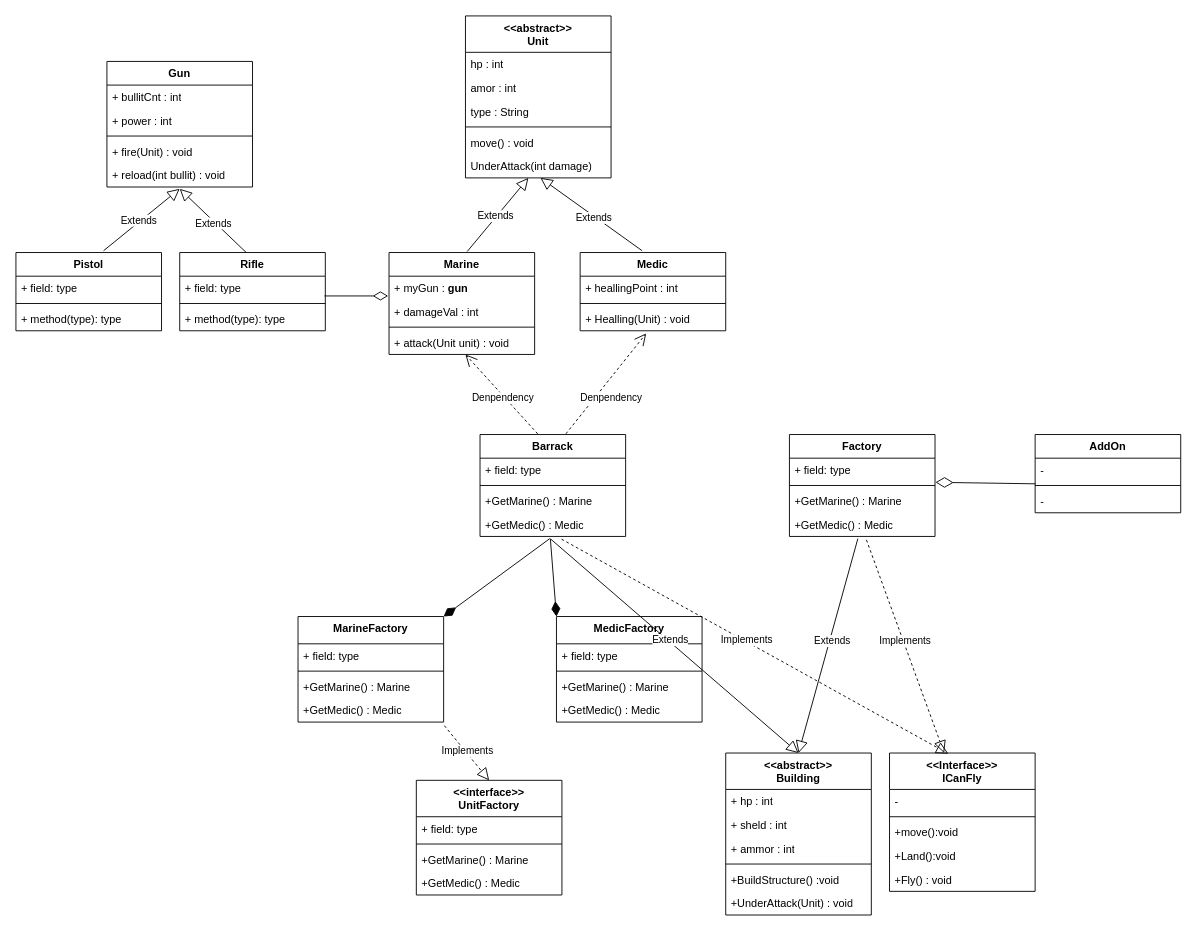
Above: JAVA/src/CH35/00 StarCraft_new.drawio in leeyosep19/language-program (draw.io), before the change. Source tidied: cells renumbered, new cells numbered last; positions are measured from the earlier drawing's top-left corner, leaving out a move shared by most shapes. Both pictures are drawn from the tidied source at 91%, with x=0, y=0 at pixel (15, 15).
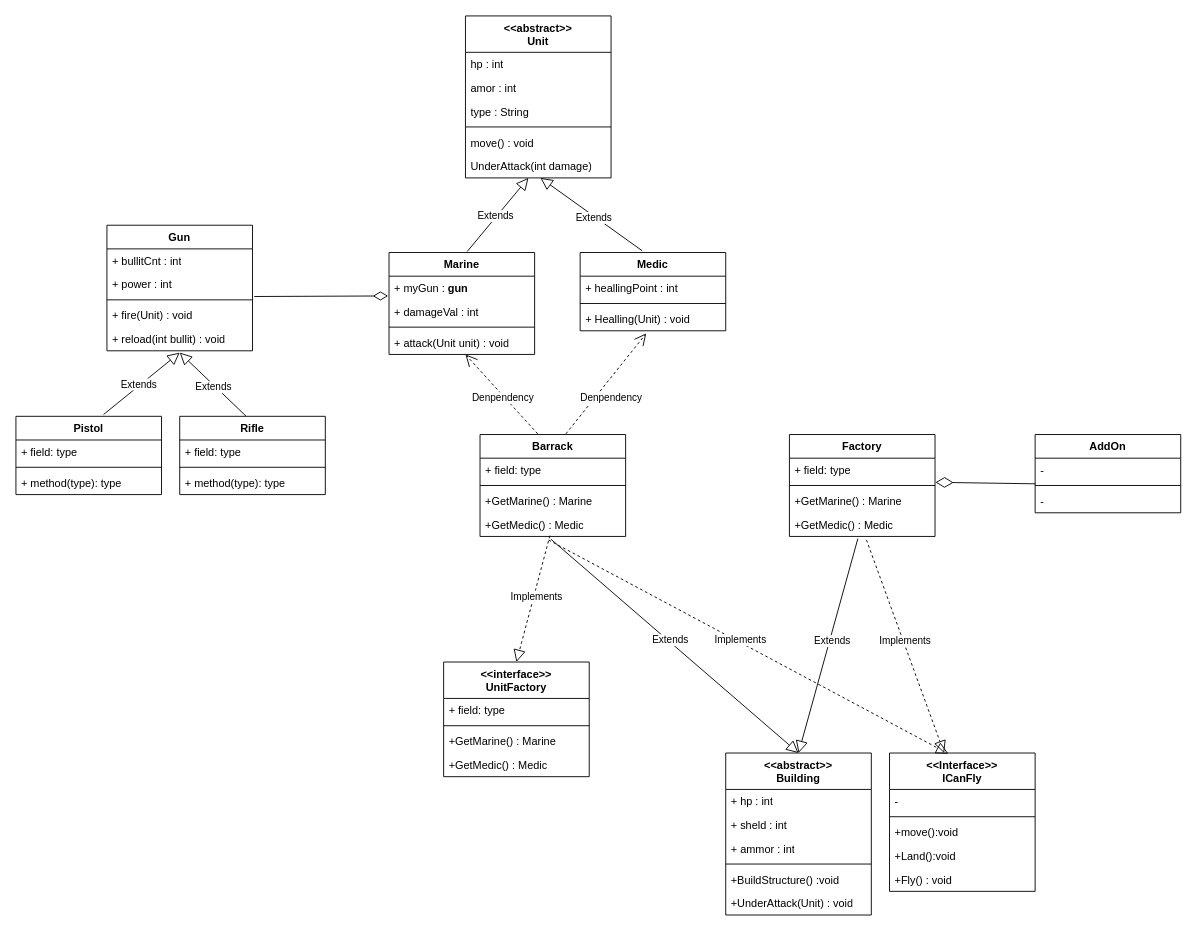
After the change.

Unchanged cells that the change refers to:
```xml
<mxCell id="10" value="&lt;div style=&quot;text-align: center;&quot;&gt;&lt;span style=&quot;background-color: initial;&quot;&gt;+ myGun : &lt;b&gt;gun&lt;/b&gt;&lt;/span&gt;&lt;/div&gt;" style="text;strokeColor=none;fillColor=none;align=left;verticalAlign=top;spacingLeft=4;spacingRight=4;overflow=hidden;points=[[0,0.5],[1,0.5]];portConstraint=eastwest;whiteSpace=wrap;html=1;" parent="9" vertex="1">
  <mxGeometry y="26" width="160" height="26" as="geometry" />
</mxCell>
<mxCell id="23" value="+ field: type" style="text;strokeColor=none;fillColor=none;align=left;verticalAlign=top;spacingLeft=4;spacingRight=4;overflow=hidden;points=[[0,0.5],[1,0.5]];portConstraint=eastwest;whiteSpace=wrap;html=1;" parent="22" vertex="1">
  <mxGeometry y="26" width="160" height="26" as="geometry" />
</mxCell>
<mxCell id="33" value="+ power : int" style="text;strokeColor=none;fillColor=none;align=left;verticalAlign=top;spacingLeft=4;spacingRight=4;overflow=hidden;points=[[0,0.5],[1,0.5]];portConstraint=eastwest;whiteSpace=wrap;html=1;" parent="31" vertex="1">
  <mxGeometry y="52" width="160" height="26" as="geometry" />
</mxCell>
<mxCell id="45" value="+GetMedic() : Medic" style="text;strokeColor=none;fillColor=none;align=left;verticalAlign=top;spacingLeft=4;spacingRight=4;overflow=hidden;points=[[0,0.5],[1,0.5]];portConstraint=eastwest;whiteSpace=wrap;html=1;" parent="41" vertex="1">
  <mxGeometry y="86" width="160" height="26" as="geometry" />
</mxCell>
<mxCell id="85" value="&amp;lt;&amp;lt;Interface&amp;gt;&amp;gt;&lt;div&gt;&lt;/div&gt;&lt;div&gt;ICanFly&lt;/div&gt;" style="swimlane;fontStyle=1;align=center;verticalAlign=top;horizontal=1;startSize=40;whiteSpace=wrap;html=1;" parent="1" vertex="1">
  <mxGeometry x="960" y="810" width="160" height="152" as="geometry" />
</mxCell>
```

Change to the diagram source:
```diff
@@
     <mxCell id="22" value="Rifle" style="swimlane;fontStyle=1;align=center;verticalAlign=top;horizontal=1;startSize=26;whiteSpace=wrap;html=1;" parent="1" vertex="1">
-      <mxGeometry x="180" y="260" width="160" height="86" as="geometry" />
+      <mxGeometry x="180" y="440" width="160" height="86" as="geometry" />
     </mxCell>
@@
-    <mxCell id="26" style="endArrow=diamondThin;html=1;rounded=0;exitX=0.994;exitY=0.835;exitDx=0;exitDy=0;exitPerimeter=0;entryX=-0.006;entryY=0.835;entryDx=0;entryDy=0;entryPerimeter=0;endFill=0;endSize=14;" parent="1" edge="1" source="23" target="10">
+    <mxCell id="26" style="endArrow=diamondThin;html=1;rounded=0;exitX=1.012;exitY=1.013;exitDx=0;exitDy=0;exitPerimeter=0;entryX=-0.006;entryY=0.835;entryDx=0;entryDy=0;entryPerimeter=0;endFill=0;endSize=14;" parent="1" edge="1" source="33" target="10">
       <mxGeometry relative="1" as="geometry" />
     </mxCell>
     <mxCell id="27" value="Pistol" style="swimlane;fontStyle=1;align=center;verticalAlign=top;horizontal=1;startSize=26;whiteSpace=wrap;html=1;" parent="1" vertex="1">
-      <mxGeometry y="260" width="160" height="86" as="geometry" />
+      <mxGeometry y="440" width="160" height="86" as="geometry" />
     </mxCell>
@@
     <mxCell id="31" value="Gun" style="swimlane;fontStyle=1;align=center;verticalAlign=top;horizontal=1;startSize=26;whiteSpace=wrap;html=1;" parent="1" vertex="1">
-      <mxGeometry x="100" y="50" width="160" height="138" as="geometry" />
+      <mxGeometry x="100" y="230" width="160" height="138" as="geometry" />
     </mxCell>
@@
     <mxCell id="37" style="endArrow=block;html=1;rounded=0;exitX=0.455;exitY=-0.003;exitDx=0;exitDy=0;exitPerimeter=0;endFill=0;endSize=11;" parent="1" edge="1" source="22">
       <mxGeometry relative="1" as="geometry">
-        <mxPoint x="180" y="190" as="targetPoint" />
+        <mxPoint x="180" y="370" as="targetPoint" />
       </mxGeometry>
     </mxCell>
@@
     <mxCell id="39" style="endArrow=block;html=1;rounded=0;exitX=0.602;exitY=-0.023;exitDx=0;exitDy=0;exitPerimeter=0;endFill=0;endSize=11;" parent="1" edge="1" source="27">
       <mxGeometry relative="1" as="geometry">
-        <mxPoint x="180" y="190" as="targetPoint" />
+        <mxPoint x="180" y="370" as="targetPoint" />
       </mxGeometry>
     </mxCell>
@@
     <mxCell id="50" value="&amp;lt;&amp;lt;interface&amp;gt;&amp;gt;&lt;div&gt;UnitFactory&lt;/div&gt;" style="swimlane;fontStyle=1;align=center;verticalAlign=top;horizontal=1;startSize=40;whiteSpace=wrap;html=1;" parent="1" vertex="1">
-      <mxGeometry x="440" y="840" width="160" height="126" as="geometry" />
+      <mxGeometry x="470" y="710" width="160" height="126" as="geometry" />
     </mxCell>
@@
-    <mxCell id="55" value="MarineFactory" style="swimlane;fontStyle=1;align=center;verticalAlign=top;horizontal=1;startSize=30;whiteSpace=wrap;html=1;" parent="1" vertex="1">
-      <mxGeometry x="310" y="660" width="160" height="116" as="geometry" />
-    </mxCell>
-    <mxCell id="56" value="+ field: type" style="text;strokeColor=none;fillColor=none;align=left;verticalAlign=top;spacingLeft=4;spacingRight=4;overflow=hidden;whiteSpace=wrap;html=1;" parent="55" vertex="1">
-      <mxGeometry y="30" width="160" height="26" as="geometry" />
-    </mxCell>
-    <mxCell id="57" style="line;strokeWidth=1;fillColor=none;align=left;verticalAlign=middle;spacingTop=-1;spacingLeft=3;spacingRight=3;labelPosition=right;strokeColor=inherit;" parent="55" vertex="1">
-      <mxGeometry y="56" width="160" height="8" as="geometry" />
-    </mxCell>
-    <mxCell id="58" value="+GetMarine() : Marine" style="text;strokeColor=none;fillColor=none;align=left;verticalAlign=top;spacingLeft=4;spacingRight=4;overflow=hidden;whiteSpace=wrap;html=1;" parent="55" vertex="1">
-      <mxGeometry y="64" width="160" height="26" as="geometry" />
-    </mxCell>
-    <mxCell id="59" value="+GetMedic() : Medic" style="text;strokeColor=none;fillColor=none;align=left;verticalAlign=top;spacingLeft=4;spacingRight=4;overflow=hidden;points=[[0,0.5],[1,0.5]];portConstraint=eastwest;whiteSpace=wrap;html=1;" parent="55" vertex="1">
-      <mxGeometry y="90" width="160" height="26" as="geometry" />
-    </mxCell>
-    <mxCell id="60" value="MedicFactory" style="swimlane;fontStyle=1;align=center;verticalAlign=top;horizontal=1;startSize=30;whiteSpace=wrap;html=1;" parent="1" vertex="1">
-      <mxGeometry x="594" y="660" width="160" height="116" as="geometry" />
-    </mxCell>
-    <mxCell id="61" value="+ field: type" style="text;strokeColor=none;fillColor=none;align=left;verticalAlign=top;spacingLeft=4;spacingRight=4;overflow=hidden;whiteSpace=wrap;html=1;" parent="60" vertex="1">
-      <mxGeometry y="30" width="160" height="26" as="geometry" />
-    </mxCell>
-    <mxCell id="62" style="line;strokeWidth=1;fillColor=none;align=left;verticalAlign=middle;spacingTop=-1;spacingLeft=3;spacingRight=3;labelPosition=right;strokeColor=inherit;" parent="60" vertex="1">
-      <mxGeometry y="56" width="160" height="8" as="geometry" />
-    </mxCell>
-    <mxCell id="63" value="+GetMarine() : Marine" style="text;strokeColor=none;fillColor=none;align=left;verticalAlign=top;spacingLeft=4;spacingRight=4;overflow=hidden;whiteSpace=wrap;html=1;" parent="60" vertex="1">
-      <mxGeometry y="64" width="160" height="26" as="geometry" />
-    </mxCell>
-    <mxCell id="64" value="+GetMedic() : Medic" style="text;strokeColor=none;fillColor=none;align=left;verticalAlign=top;spacingLeft=4;spacingRight=4;overflow=hidden;whiteSpace=wrap;html=1;" parent="60" vertex="1">
-      <mxGeometry y="90" width="160" height="26" as="geometry" />
-    </mxCell>
-    <mxCell id="65" style="endArrow=block;html=1;rounded=0;exitX=1.005;exitY=1.151;exitDx=0;exitDy=0;exitPerimeter=0;endFill=0;endSize=11;entryX=0.5;entryY=0;entryDx=0;entryDy=0;dashed=1;" parent="1" edge="1" source="59" target="50">
+    <mxCell id="65" style="endArrow=block;html=1;rounded=0;endFill=0;endSize=11;entryX=0.5;entryY=0;entryDx=0;entryDy=0;dashed=1;exitX=0.48;exitY=0.966;exitDx=0;exitDy=0;exitPerimeter=0;" parent="1" edge="1" source="45" target="50">
       <mxGeometry relative="1" as="geometry" />
     </mxCell>
@@
-    <mxCell id="69" style="endArrow=diamondThin;html=1;rounded=0;exitX=0.479;exitY=1.093;exitDx=0;exitDy=0;exitPerimeter=0;entryX=1;entryY=0;entryDx=0;entryDy=0;endFill=1;endSize=14;" parent="1" edge="1" source="45" target="55">
-      <mxGeometry relative="1" as="geometry" />
-    </mxCell>
-    <mxCell id="70" style="endArrow=diamondThin;html=1;rounded=0;exitX=0.483;exitY=1.093;exitDx=0;exitDy=0;exitPerimeter=0;entryX=0;entryY=0;entryDx=0;entryDy=0;endFill=1;endSize=14;" parent="1" edge="1" source="45" target="60">
-      <mxGeometry relative="1" as="geometry" />
-    </mxCell>
@@
-    <mxCell id="91" style="endArrow=block;html=1;rounded=0;exitX=0.56;exitY=1.115;exitDx=0;exitDy=0;exitPerimeter=0;endFill=0;endSize=11;entryX=0.404;entryY=0.005;entryDx=0;entryDy=0;entryPerimeter=0;dashed=1;" parent="1" edge="1" source="45" target="85">
+    <mxCell id="91" style="endArrow=block;html=1;rounded=0;exitX=0.471;exitY=1.151;exitDx=0;exitDy=0;exitPerimeter=0;endFill=0;endSize=11;entryX=0.404;entryY=0.005;entryDx=0;entryDy=0;entryPerimeter=0;dashed=1;" parent="1" edge="1" source="45" target="85">
       <mxGeometry relative="1" as="geometry" />
     </mxCell>
```
